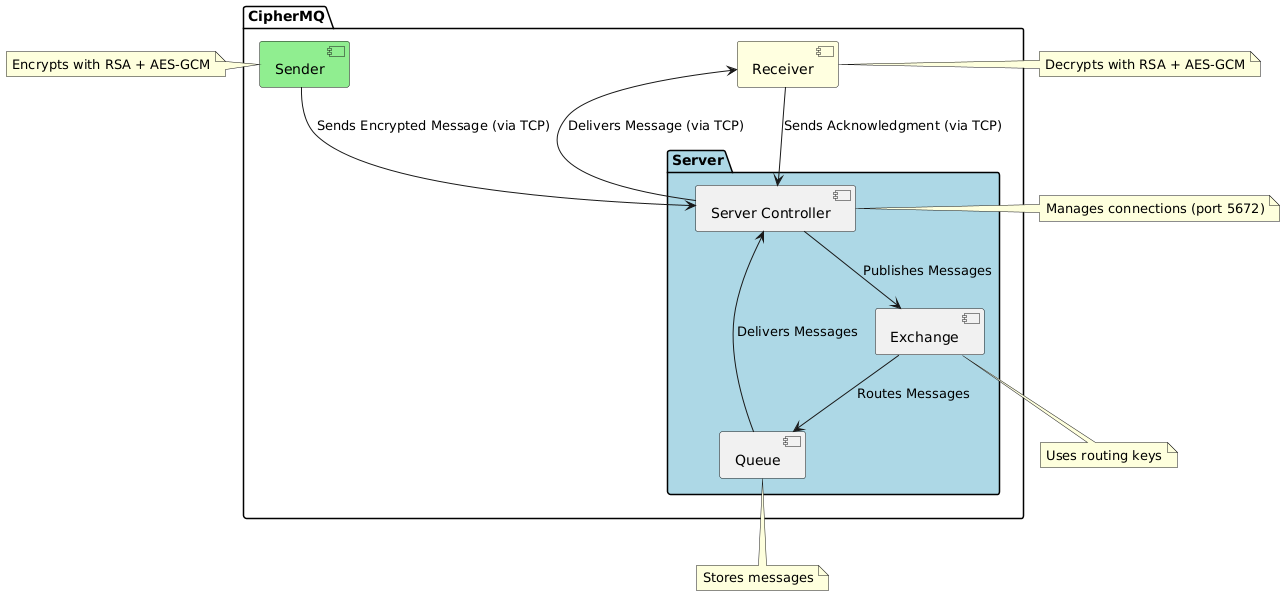
Before: docs/diagrams/Diagram.png, a diagram exported from PlantUML (CipherSecurityLab/CipherMQ). Source of this version:
```plantuml
@startuml
package "CipherMQ" {
  [Sender] #LightGreen
  [Receiver] #LightYellow

  package "Server" #LightBlue {
    [Exchange]
    [Queue]
    [Server Controller]
    [Exchange] --> [Queue] : Routes Messages
    [Server Controller] --> [Exchange] : Publishes Messages
    [Queue] --> [Server Controller] : Delivers Messages
  }
}

[Sender] --> [Server Controller] : Sends Encrypted Message (via TCP)
[Server Controller] --> [Receiver] : Delivers Message (via TCP)
[Receiver] --> [Server Controller] : Sends Acknowledgment (via TCP)

note left of [Sender]
  Encrypts with RSA + AES-GCM
end note

note right of [Receiver]
  Decrypts with RSA + AES-GCM
end note

note right of [Server Controller]
  Manages connections (port 5672)
end note

note bottom of [Exchange]
  Uses routing keys
end note

note bottom of [Queue]
  Stores messages
end note
@enduml
```
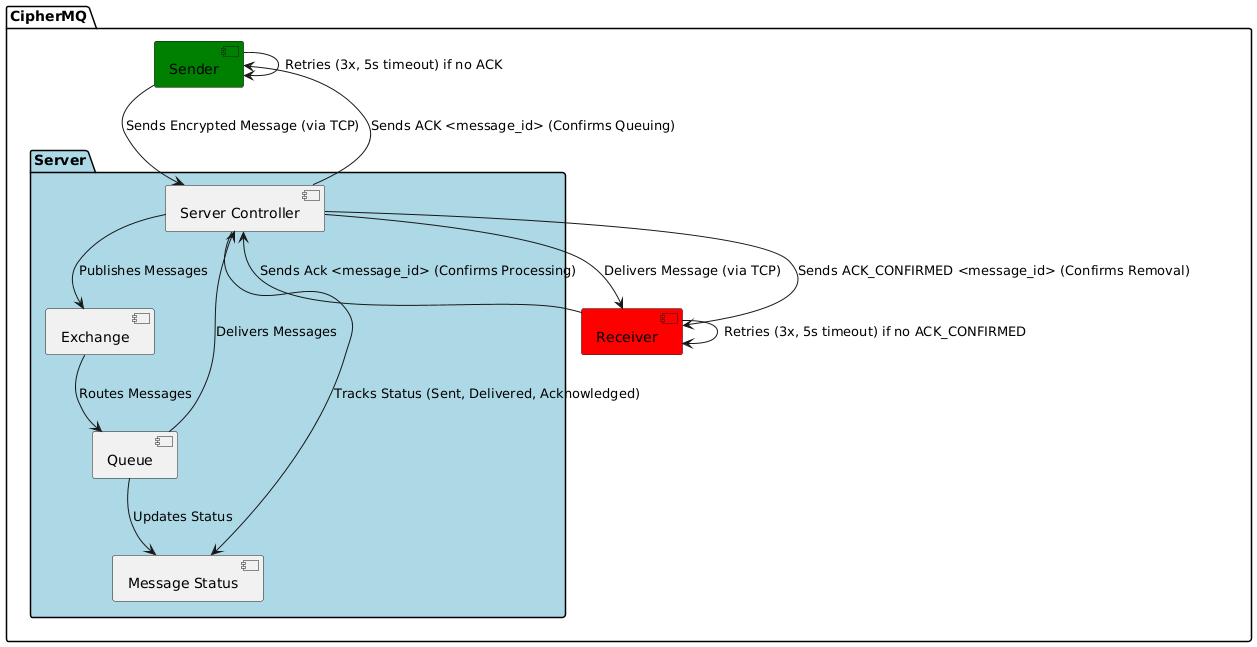
The same diagram one commit later.

Diff of the diagram source:
```diff
@@ -1,39 +1,28 @@
 @startuml
 package "CipherMQ" {
-  [Sender] #LightGreen
-  [Receiver] #LightYellow
+  [Sender] #Green
+  [Receiver] #Red
 
   package "Server" #LightBlue {
+    [Server Controller]
     [Exchange]
     [Queue]
-    [Server Controller]
+    [Message Status]
+
+    [Server Controller] --> [Exchange] : Publishes Messages
     [Exchange] --> [Queue] : Routes Messages
-    [Server Controller] --> [Exchange] : Publishes Messages
     [Queue] --> [Server Controller] : Delivers Messages
+    [Server Controller] --> [Message Status] : Tracks Status (Sent, Delivered, Acknowledged)
+    [Queue] --> [Message Status] : Updates Status
   }
 }
 
 [Sender] --> [Server Controller] : Sends Encrypted Message (via TCP)
+[Server Controller] --> [Sender] : Sends ACK <message_id> (Confirms Queuing)
+[Sender] --> [Sender] : Retries (3x, 5s timeout) if no ACK
+
 [Server Controller] --> [Receiver] : Delivers Message (via TCP)
-[Receiver] --> [Server Controller] : Sends Acknowledgment (via TCP)
-
-note left of [Sender]
-  Encrypts with RSA + AES-GCM
-end note
-
-note right of [Receiver]
-  Decrypts with RSA + AES-GCM
-end note
-
-note right of [Server Controller]
-  Manages connections (port 5672)
-end note
-
-note bottom of [Exchange]
-  Uses routing keys
-end note
-
-note bottom of [Queue]
-  Stores messages
-end note
+[Receiver] --> [Server Controller] : Sends Ack <message_id> (Confirms Processing)
+[Server Controller] --> [Receiver] : Sends ACK_CONFIRMED <message_id> (Confirms Removal)
+[Receiver] --> [Receiver] : Retries (3x, 5s timeout) if no ACK_CONFIRMED
 @enduml
```
